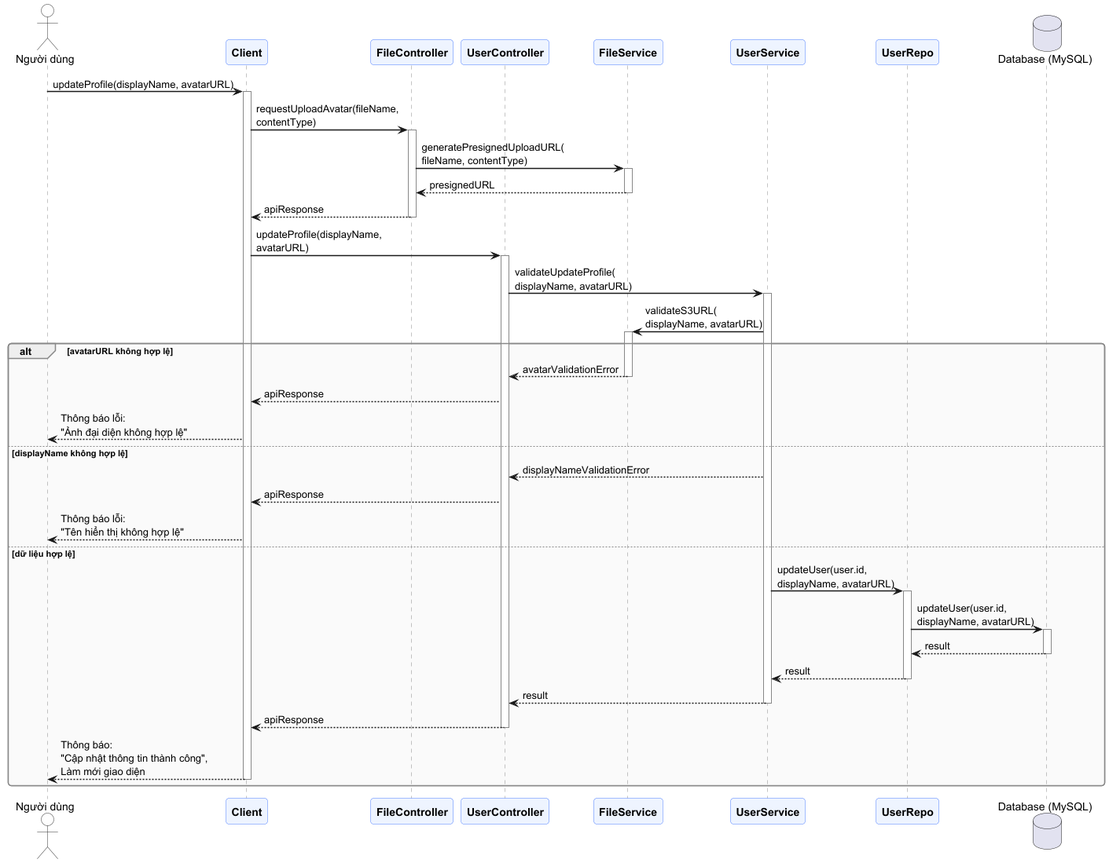
This is docs/diagrams/sequence-diagram/Update_Profile_Sequence.png from trantrieuduong/Elingo-Language-Learning-System, a PlantUML export, as it was before one commit.
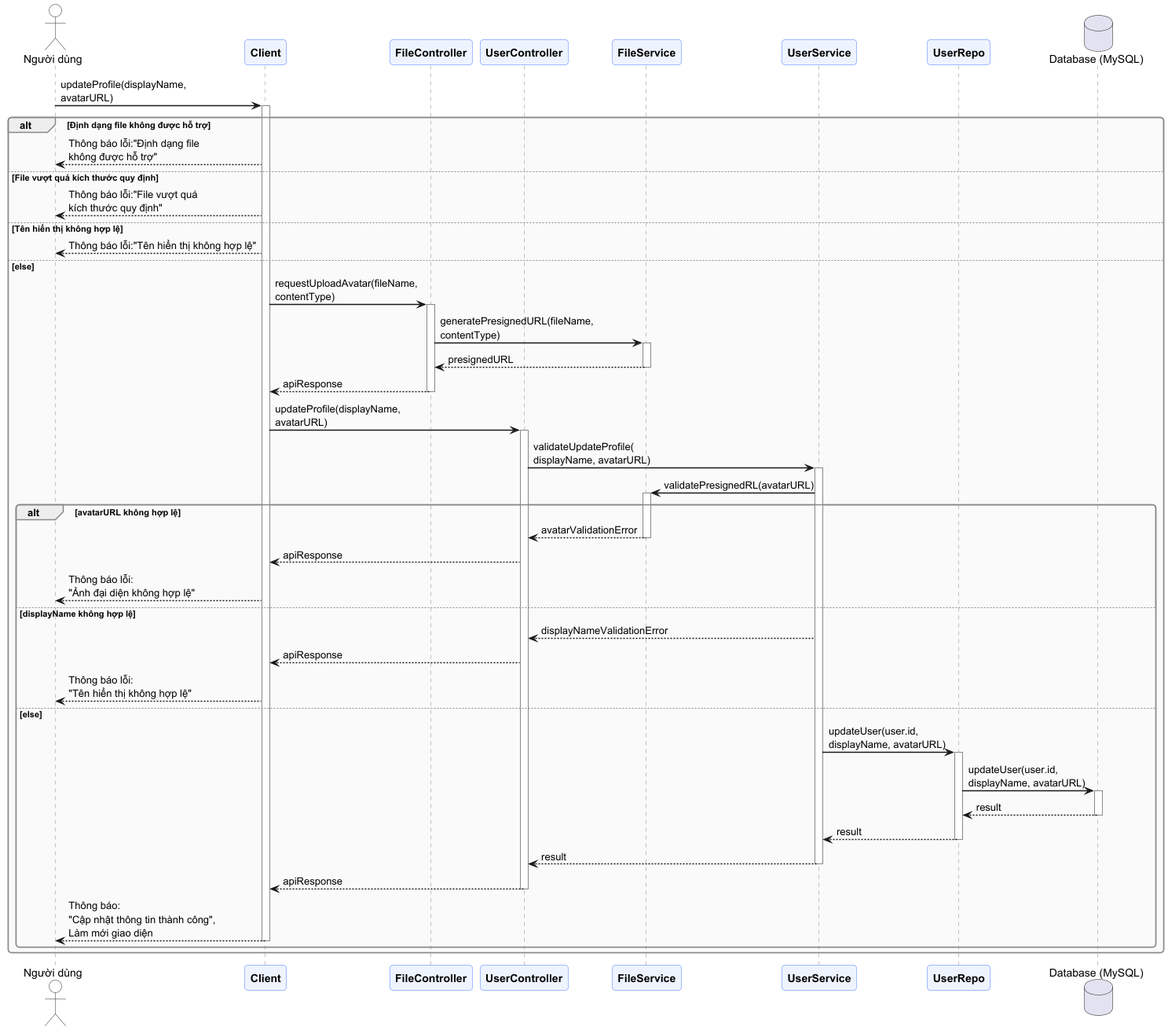
After the commit.

What changed in the source:
```diff
@@ -30,66 +30,73 @@
 participant "UserRepo" as repo
 database "Database (MySQL)" as DB
 
-User -> client: updateProfile(displayName, avatarURL)
+User -> client: updateProfile(displayName,\navatarURL)
 activate client
 
-client -> fileController: requestUploadAvatar(fileName,\ncontentType)
-activate fileController
+alt Định dạng file không được hỗ trợ
+    client --> User : Thông báo lỗi:"Định dạng file\nkhông được hỗ trợ"
+else File vượt quá kích thước quy định
+    client --> User : Thông báo lỗi:"File vượt quá\nkích thước quy định"
+else Tên hiển thị không hợp lệ
+    client --> User : Thông báo lỗi:"Tên hiển thị không hợp lệ"
+else else
+    client -> fileController: requestUploadAvatar(fileName,\ncontentType)
+    activate fileController
 
-fileController -> fileService: generatePresignedUploadURL(\nfileName, contentType)
-activate fileService
+    fileController -> fileService: generatePresignedURL(fileName,\ncontentType)
+    activate fileService
 
-fileService --> fileController: presignedURL
-deactivate fileService
-
-fileController --> client: apiResponse
-deactivate fileController
-
-client -> controller : updateProfile(displayName,\navatarURL)
-activate controller
-
-controller -> service : validateUpdateProfile(\ndisplayName, avatarURL)
-activate service
-
-service -> fileService : validateS3URL(\ndisplayName, avatarURL)
-activate fileService
-
-alt avatarURL không hợp lệ
-    fileService --> controller : avatarValidationError
+    fileService --> fileController: presignedURL
     deactivate fileService
 
-    controller --> client : apiResponse
-    client --> User : Thông báo lỗi:\n"Ảnh đại diện không hợp lệ"
+    fileController --> client: apiResponse
+    deactivate fileController
 
-else displayName không hợp lệ
-    service --> controller : displayNameValidationError
-    controller --> client : apiResponse
-    client --> User : Thông báo lỗi:\n"Tên hiển thị không hợp lệ"
+    client -> controller : updateProfile(displayName,\navatarURL)
+    activate controller
 
-else dữ liệu hợp lệ
-    service -> repo : updateUser(user.id,\ndisplayName, avatarURL)
-    activate repo
+    controller -> service : validateUpdateProfile(\ndisplayName, avatarURL)
+    activate service
 
-    repo -> DB : updateUser(user.id,\ndisplayName, avatarURL)
-    activate DB
+    service -> fileService : validatePresignedRL(avatarURL)
+    activate fileService
 
-    DB --> repo : result
-    deactivate DB
+    alt avatarURL không hợp lệ
+        fileService --> controller : avatarValidationError
+        deactivate fileService
 
-    repo --> service : result
-    deactivate repo
+        controller --> client : apiResponse
+        client --> User : Thông báo lỗi:\n"Ảnh đại diện không hợp lệ"
 
-    service --> controller : result
-    deactivate service
+    else displayName không hợp lệ
+        service --> controller : displayNameValidationError
+        controller --> client : apiResponse
+        client --> User : Thông báo lỗi:\n"Tên hiển thị không hợp lệ"
 
-    controller --> client : apiResponse
-    deactivate controller
+    else else
+        service -> repo : updateUser(user.id,\ndisplayName, avatarURL)
+        activate repo
 
-    client --> User : Thông báo:\n"Cập nhật thông tin thành công",\nLàm mới giao diện
+        repo -> DB : updateUser(user.id,\ndisplayName, avatarURL)
+        activate DB
 
-    deactivate service
-    deactivate controller
-    deactivate client
+        DB --> repo : result
+        deactivate DB
+
+        repo --> service : result
+        deactivate repo
+
+        service --> controller : result
+        deactivate service
+
+        controller --> client : apiResponse
+        deactivate controller
+
+        client --> User : Thông báo:\n"Cập nhật thông tin thành công",\nLàm mới giao diện
+
+        deactivate service
+        deactivate controller
+        deactivate client
+    end
 end
-
 @enduml
```
